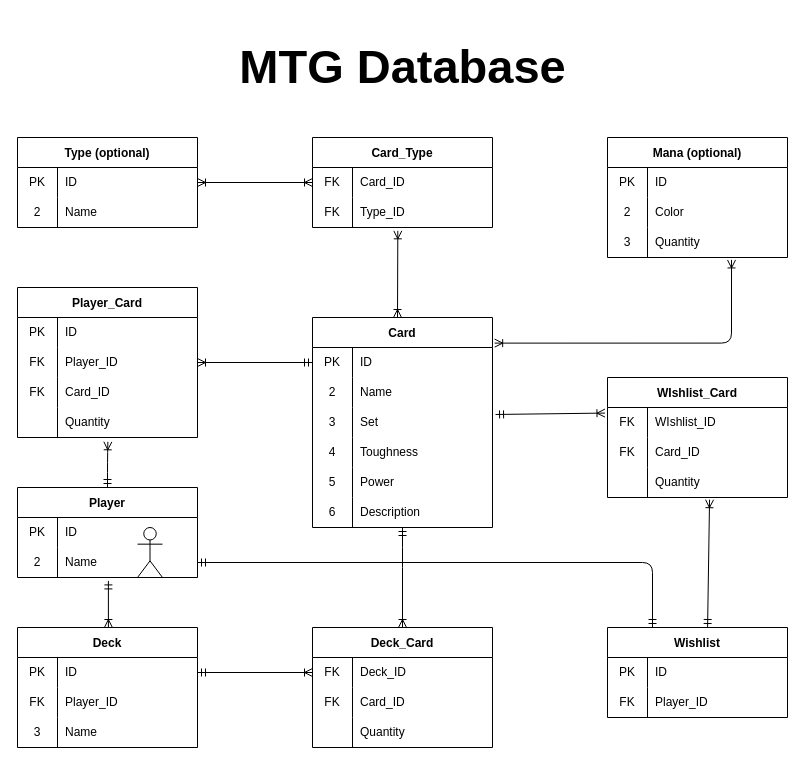
Before: page "ERD 1" (1 of 2) of erd.dio in AAlexandre1/mtg_database, a draw.io diagram. Source tidied: cells renumbered, new cells numbered last; positions are measured from the earlier drawing's top-left corner, leaving out a move shared by most shapes. Both pictures are drawn from the tidied source at 100%, with x=0, y=0 at pixel (17, 17).
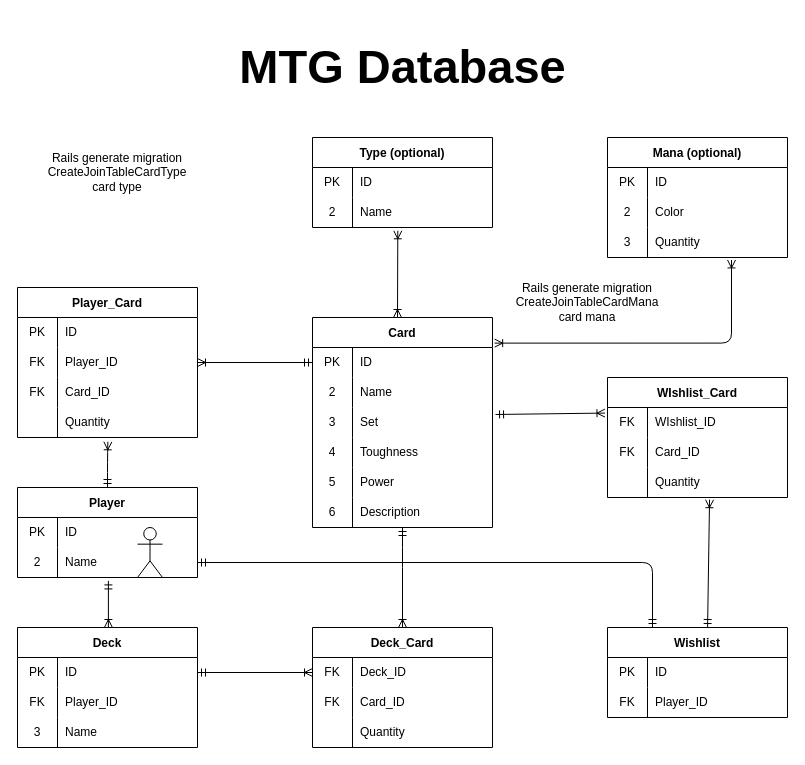
The same page after the edit.

The change refers to these unchanged cells:
```xml
<mxCell id="72" style="shape=tableRow;horizontal=0;startSize=0;swimlaneHead=0;swimlaneBody=0;top=0;left=0;bottom=0;right=0;fillColor=none;points=[[0,0.5],[1,0.5]];portConstraint=eastwest;rounded=0;shadow=0;glass=0;sketch=0;" parent="71" vertex="1">
  <mxGeometry y="30" width="180" height="30" as="geometry" />
</mxCell>
```

Change to the diagram source:
```diff
@@
     <mxCell id="71" value="Type (optional)" style="shape=table;startSize=30;childLayout=tableLayout;rowLines=0;fontStyle=1;rounded=0;shadow=0;glass=0;sketch=0;fillColor=default;gradientColor=none;" parent="1" vertex="1">
-      <mxGeometry y="120" width="180" height="90" as="geometry" />
+      <mxGeometry x="295" y="120" width="180" height="90" as="geometry" />
     </mxCell>
@@
-    <mxCell id="84" value="Card_Type" style="shape=table;startSize=30;childLayout=tableLayout;rowLines=0;fontStyle=1;" parent="1" vertex="1">
-      <mxGeometry x="295" y="120" width="180" height="90" as="geometry" />
-    </mxCell>
-    <mxCell id="85" style="shape=tableRow;horizontal=0;startSize=0;swimlaneHead=0;swimlaneBody=0;top=0;left=0;bottom=0;right=0;fillColor=none;points=[[0,0.5],[1,0.5]];portConstraint=eastwest;" parent="84" vertex="1">
-      <mxGeometry y="30" width="180" height="30" as="geometry" />
-    </mxCell>
-    <mxCell id="86" value="FK" style="shape=partialRectangle;html=1;whiteSpace=wrap;fillColor=none;top=0;left=0;bottom=0;right=0;overflow=hidden;" parent="85" vertex="1">
-      <mxGeometry width="40" height="30" as="geometry" />
-    </mxCell>
-    <mxCell id="87" value="Card_ID" style="shape=partialRectangle;html=1;whiteSpace=wrap;fillColor=none;top=0;left=0;bottom=0;right=0;align=left;spacingLeft=6;overflow=hidden;" parent="85" vertex="1">
-      <mxGeometry x="40" width="140" height="30" as="geometry" />
-    </mxCell>
-    <mxCell id="88" style="shape=tableRow;horizontal=0;startSize=0;swimlaneHead=0;swimlaneBody=0;top=0;left=0;bottom=0;right=0;fillColor=none;points=[[0,0.5],[1,0.5]];portConstraint=eastwest;" parent="84" vertex="1">
-      <mxGeometry y="60" width="180" height="30" as="geometry" />
-    </mxCell>
-    <mxCell id="89" value="FK" style="shape=partialRectangle;html=1;whiteSpace=wrap;fillColor=none;top=0;left=0;bottom=0;right=0;overflow=hidden;" parent="88" vertex="1">
-      <mxGeometry width="40" height="30" as="geometry" />
-    </mxCell>
-    <mxCell id="90" value="Type_ID" style="shape=partialRectangle;html=1;whiteSpace=wrap;fillColor=none;top=0;left=0;bottom=0;right=0;align=left;spacingLeft=6;overflow=hidden;" parent="88" vertex="1">
-      <mxGeometry x="40" width="140" height="30" as="geometry" />
-    </mxCell>
@@
-    <mxCell id="92" style="edgeStyle=orthogonalEdgeStyle;html=1;exitX=1;exitY=0.5;exitDx=0;exitDy=0;entryX=0;entryY=0.5;entryDx=0;entryDy=0;startArrow=ERoneToMany;startFill=0;endArrow=ERoneToMany;endFill=0;" parent="1" edge="1" source="72" target="85">
-      <mxGeometry relative="1" as="geometry" />
-    </mxCell>
-    <mxCell id="93" style="edgeStyle=orthogonalEdgeStyle;html=1;entryX=0.474;entryY=1.111;entryDx=0;entryDy=0;entryPerimeter=0;startArrow=ERoneToMany;startFill=0;endArrow=ERoneToMany;endFill=0;" parent="1" edge="1" target="88">
+    <mxCell id="93" style="edgeStyle=orthogonalEdgeStyle;html=1;entryX=0.474;entryY=1.111;entryDx=0;entryDy=0;entryPerimeter=0;startArrow=ERoneToMany;startFill=0;endArrow=ERoneToMany;endFill=0;" parent="1" edge="1">
       <mxGeometry relative="1" as="geometry">
         <mxPoint x="380" y="300" as="sourcePoint" />
+        <mxPoint x="380.3" y="213.3" as="targetPoint" />
         <Array as="points">
           <mxPoint x="380" y="300" />
         </Array>
       </mxGeometry>
     </mxCell>
@@
+    <mxCell id="120" value="Rails generate migration CreateJoinTableCardType card type" style="text;html=1;strokeColor=none;fillColor=none;align=center;verticalAlign=middle;whiteSpace=wrap;rounded=0;" parent="1" vertex="1">
+      <mxGeometry x="20" y="130" width="160" height="50" as="geometry" />
+    </mxCell>
+    <mxCell id="121" value="Rails generate migration CreateJoinTableCardMana card mana" style="text;html=1;strokeColor=none;fillColor=none;align=center;verticalAlign=middle;whiteSpace=wrap;rounded=0;" parent="1" vertex="1">
+      <mxGeometry x="490" y="260" width="160" height="50" as="geometry" />
+    </mxCell>
```
